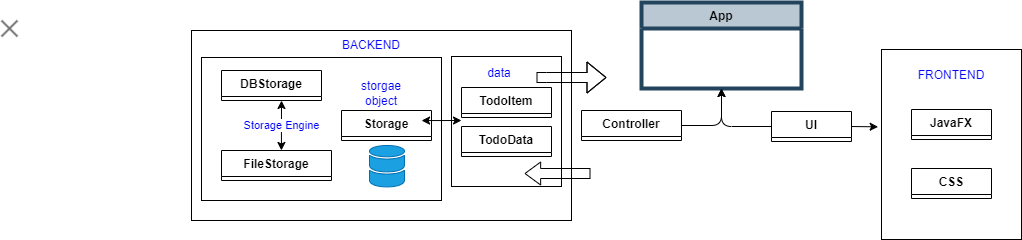
Earlier version of the draw.io export imgs/concept.png (amihere2830-java-projects/ToDO-List). Source tidied: cells renumbered, new cells last; positions are measured from the earlier drawing's top-left corner, leaving out a move shared by most shapes.
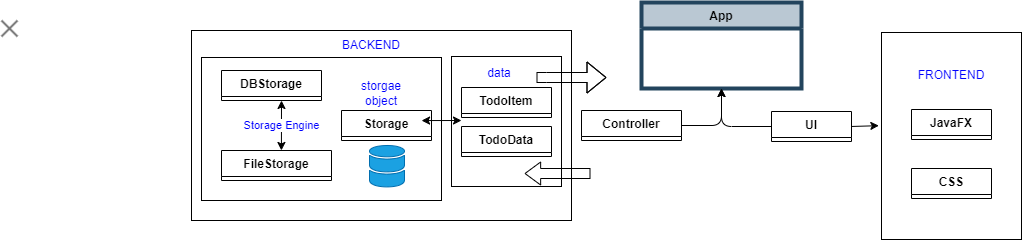
The same diagram one commit later.

The edit, as a diff of the source:
```diff
@@ -73,7 +73,7 @@
       <mxGeometry x="150" y="28" width="60" height="30" as="geometry" />
     </mxCell>
     <mxCell id="21" style="rounded=0;whiteSpace=wrap;html=1;fillColor=none;" parent="3" vertex="1">
-      <mxGeometry x="690" y="47" width="140" height="190" as="geometry" />
+      <mxGeometry x="690" y="30" width="140" height="207" as="geometry" />
     </mxCell>
     <mxCell id="22" value="&lt;font color=&quot;#0000ff&quot;&gt;FRONTEND&lt;/font&gt;" style="text;html=1;strokeColor=none;fillColor=none;align=center;verticalAlign=middle;whiteSpace=wrap;rounded=0;" parent="3" vertex="1">
       <mxGeometry x="730" y="58" width="60" height="30" as="geometry" />
@@ -109,7 +109,7 @@
         </Array>
       </mxGeometry>
     </mxCell>
-    <mxCell id="30" style="endArrow=classic;html=1;fontColor=#0000FF;entryX=-0.024;entryY=0.407;entryDx=0;entryDy=0;entryPerimeter=0;exitX=1;exitY=0.5;exitDx=0;exitDy=0;" parent="3" edge="1" source="23" target="21">
+    <mxCell id="30" style="endArrow=classic;html=1;fontColor=#0000FF;entryX=-0.019;entryY=0.45;entryDx=0;entryDy=0;entryPerimeter=0;exitX=1;exitY=0.5;exitDx=0;exitDy=0;" parent="3" edge="1" source="23" target="21">
       <mxGeometry relative="1" as="geometry" />
     </mxCell>
   </root>
```
